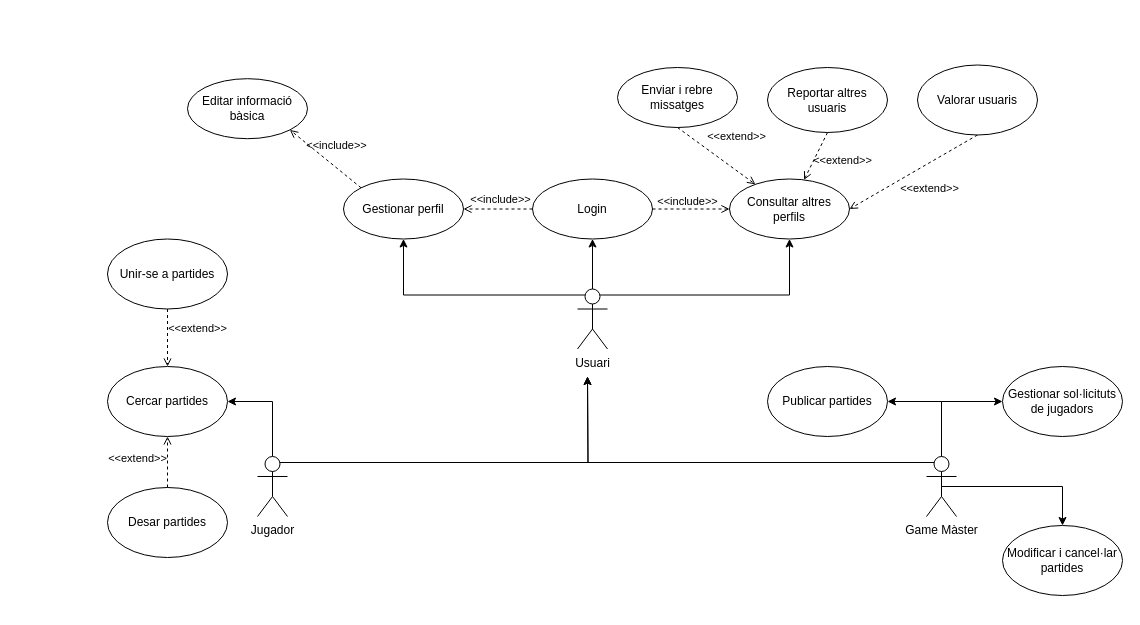
Before: Casos_us.drawio in pballetbo/dvngeon-forge, a draw.io diagram. Source tidied: cells renumbered, new cells numbered last; positions are measured from the earlier drawing's top-left corner, leaving out a move shared by most shapes. Both pictures are drawn from the tidied source at 100%, with x=0, y=0 at pixel (107, 65).
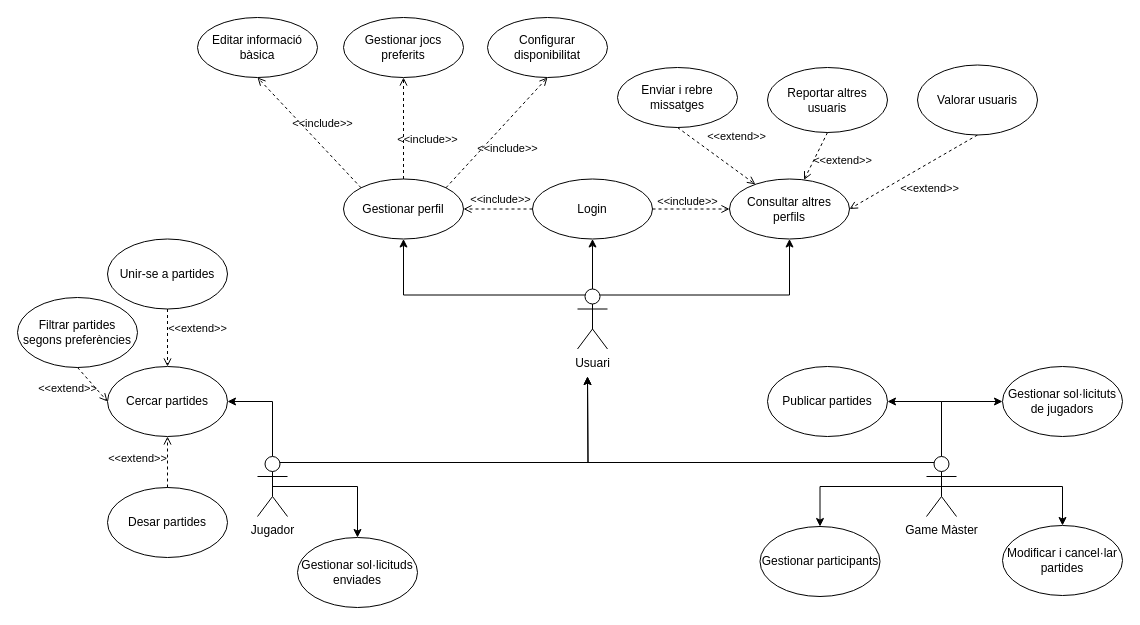
The same diagram, later.

The change refers to these unchanged cells:
```xml
<mxCell id="6" value="Gestionar perfil" style="ellipse;whiteSpace=wrap;html=1;" parent="1" vertex="1">
  <mxGeometry x="236" y="113.5" width="120" height="60" as="geometry" />
</mxCell>
<mxCell id="12" value="Jugador" style="shape=umlActor;verticalLabelPosition=bottom;verticalAlign=top;html=1;outlineConnect=0;" parent="1" vertex="1">
  <mxGeometry x="150" y="391" width="30" height="60" as="geometry" />
</mxCell>
<mxCell id="17" value="Game Màster" style="shape=umlActor;verticalLabelPosition=bottom;verticalAlign=top;html=1;outlineConnect=0;" parent="1" vertex="1">
  <mxGeometry x="819" y="391" width="30" height="60" as="geometry" />
</mxCell>
<mxCell id="18" value="Cercar partides" style="ellipse;whiteSpace=wrap;html=1;" parent="1" vertex="1">
  <mxGeometry y="301" width="120" height="70" as="geometry" />
</mxCell>
```

What changed in the source:
```diff
@@
-    <mxCell id="24" value="&amp;lt;&amp;lt;include&amp;gt;&amp;gt;" style="html=1;verticalAlign=bottom;labelBackgroundColor=none;endArrow=open;endFill=0;dashed=1;rounded=0;exitX=0;exitY=0;exitDx=0;exitDy=0;entryX=1;entryY=1;entryDx=0;entryDy=0;" parent="1" edge="1" source="6" target="25">
+    <mxCell id="24" value="&amp;lt;&amp;lt;include&amp;gt;&amp;gt;" style="html=1;verticalAlign=bottom;labelBackgroundColor=none;endArrow=open;endFill=0;dashed=1;rounded=0;exitX=0;exitY=0;exitDx=0;exitDy=0;entryX=0.5;entryY=1;entryDx=0;entryDy=0;" parent="1" edge="1" source="6" target="25">
       <mxGeometry x="-0.12" y="-10" relative="1" as="geometry" />
     </mxCell>
     <mxCell id="25" value="Editar informació bàsica" style="ellipse;whiteSpace=wrap;html=1;" parent="1" vertex="1">
-      <mxGeometry x="80" y="13.2" width="120" height="60" as="geometry" />
+      <mxGeometry x="90" y="-48" width="120" height="60" as="geometry" />
     </mxCell>
@@
+    <mxCell id="35" value="&amp;lt;&amp;lt;include&amp;gt;&amp;gt;" style="html=1;verticalAlign=bottom;labelBackgroundColor=none;endArrow=open;endFill=0;dashed=1;rounded=0;exitX=0.5;exitY=0;exitDx=0;exitDy=0;entryX=0.5;entryY=1;entryDx=0;entryDy=0;" parent="1" edge="1" source="6" target="36">
+      <mxGeometry x="-0.38" y="-24" relative="1" as="geometry" />
+    </mxCell>
+    <mxCell id="36" value="Gestionar jocs preferits" style="ellipse;whiteSpace=wrap;html=1;" parent="1" vertex="1">
+      <mxGeometry x="236" y="-48" width="120" height="60" as="geometry" />
+    </mxCell>
+    <mxCell id="37" value="&amp;lt;&amp;lt;include&amp;gt;&amp;gt;" style="html=1;verticalAlign=bottom;labelBackgroundColor=none;endArrow=open;endFill=0;dashed=1;rounded=0;exitX=1;exitY=0;exitDx=0;exitDy=0;entryX=0.5;entryY=1;entryDx=0;entryDy=0;" parent="1" edge="1" source="6" target="38">
+      <mxGeometry x="-0.15" y="-25" relative="1" as="geometry" />
+    </mxCell>
+    <mxCell id="38" value="Configurar disponibilitat" style="ellipse;whiteSpace=wrap;html=1;" parent="1" vertex="1">
+      <mxGeometry x="380" y="-48" width="120" height="60" as="geometry" />
+    </mxCell>
+    <mxCell id="39" value="Filtrar partides segons preferències" style="ellipse;whiteSpace=wrap;html=1;" parent="1" vertex="1">
+      <mxGeometry x="-90" y="232" width="120" height="70" as="geometry" />
+    </mxCell>
+    <mxCell id="40" value="&amp;lt;&amp;lt;extend&amp;gt;&amp;gt;" style="html=1;verticalAlign=bottom;labelBackgroundColor=none;endArrow=open;endFill=0;dashed=1;rounded=0;exitX=0.5;exitY=1;exitDx=0;exitDy=0;entryX=0;entryY=0.5;entryDx=0;entryDy=0;" parent="1" edge="1" source="39" target="18">
+      <mxGeometry x="-0.3" y="-27" relative="1" as="geometry" />
+    </mxCell>
+    <mxCell id="41" style="edgeStyle=orthogonalEdgeStyle;rounded=0;jettySize=auto;html=1;entryX=0.5;entryY=0;entryDx=0;entryDy=0;exitX=0.5;exitY=0.5;exitDx=0;exitDy=0;exitPerimeter=0;" parent="1" edge="1" source="12" target="42">
+      <mxGeometry relative="1" as="geometry" />
+    </mxCell>
+    <mxCell id="42" value="Gestionar sol·licituds enviades" style="ellipse;whiteSpace=wrap;html=1;" parent="1" vertex="1">
+      <mxGeometry x="190" y="472" width="120" height="70" as="geometry" />
+    </mxCell>
+    <mxCell id="43" value="Gestionar participants" style="ellipse;whiteSpace=wrap;html=1;" parent="1" vertex="1">
+      <mxGeometry x="652.5" y="461" width="120" height="70" as="geometry" />
+    </mxCell>
+    <mxCell id="44" style="edgeStyle=orthogonalEdgeStyle;rounded=0;jettySize=auto;html=1;exitX=0.5;exitY=0.5;exitDx=0;exitDy=0;exitPerimeter=0;entryX=0.5;entryY=0;entryDx=0;entryDy=0;" parent="1" edge="1" source="17" target="43">
+      <mxGeometry relative="1" as="geometry" />
+    </mxCell>
```
